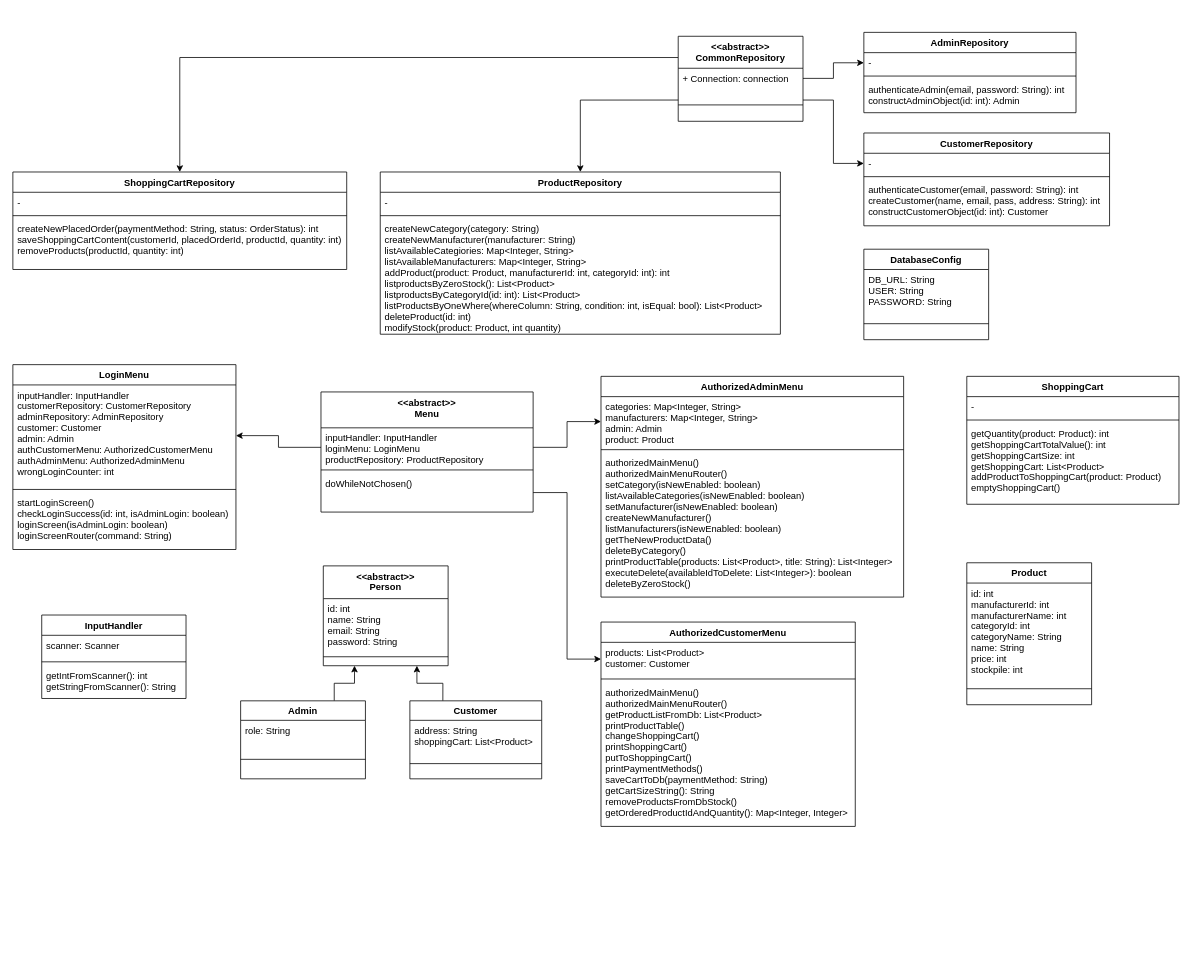
ati911/proba keeps this draw.io diagram as Untitled Diagram.drawio. Above is the earlier version. Source tidied: cells renumbered, new cells numbered last; positions are measured from the earlier drawing's top-left corner, leaving out a move shared by most shapes. Both pictures are drawn from the tidied source at 78%, with x=0, y=0 at pixel (12, 32).
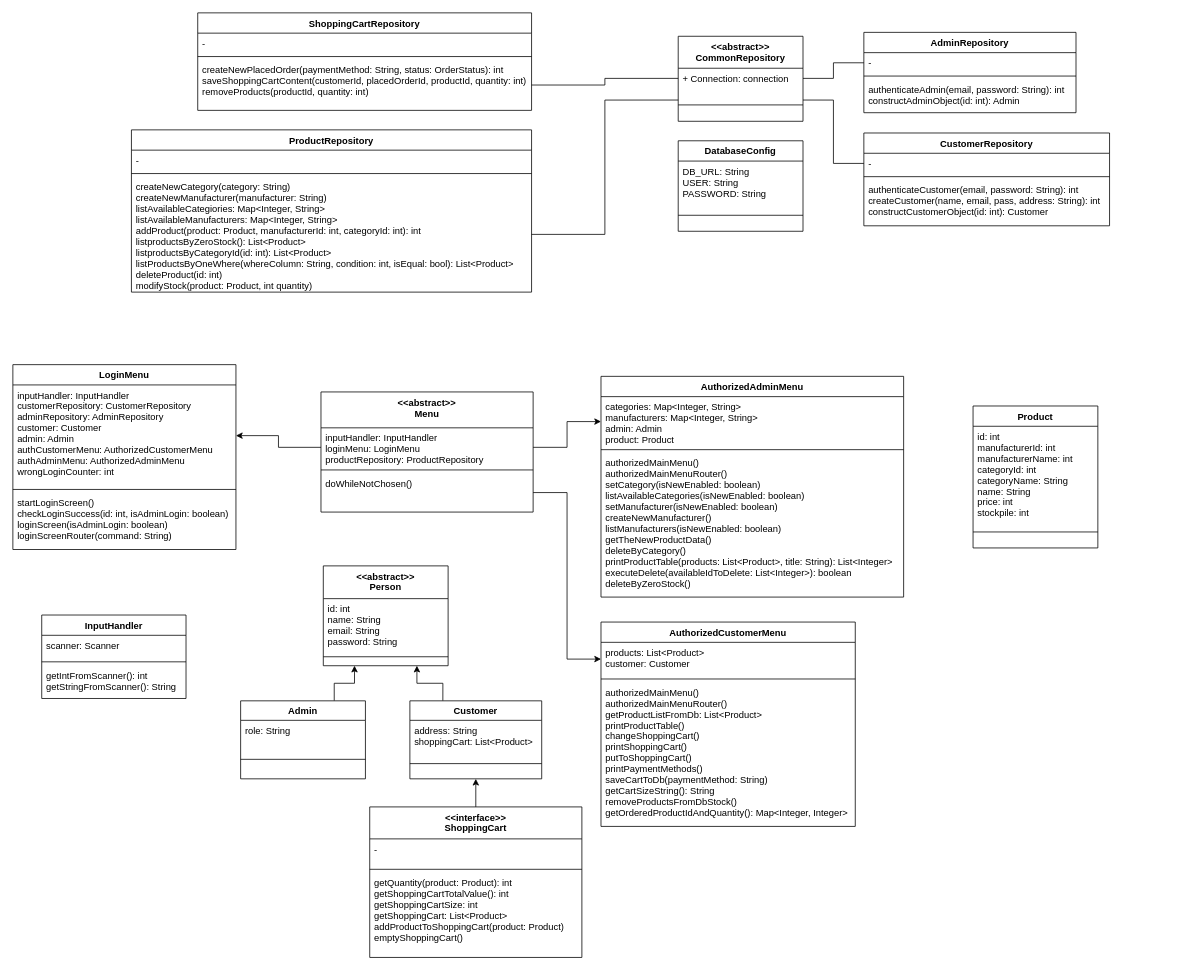
The same page after the edit.

Unchanged cells that the change refers to:
```xml
<mxCell id="5" value="&lt;&lt;abstract&gt;&gt;&#10;CommonRepository" style="swimlane;fontStyle=1;align=center;verticalAlign=top;horizontal=1;startSize=41;" parent="1" vertex="1">
  <mxGeometry x="853" y="5" width="160" height="109" as="geometry" />
</mxCell>
<mxCell id="6" value="+ Connection: connection" style="text;strokeColor=none;fillColor=none;align=left;verticalAlign=top;spacingLeft=4;spacingRight=4;overflow=hidden;points=[[0,0.5],[1,0.5]];portConstraint=eastwest;" parent="5" vertex="1">
  <mxGeometry y="41" width="160" height="26" as="geometry" />
</mxCell>
<mxCell id="9" value="-" style="text;strokeColor=none;fillColor=none;align=left;verticalAlign=top;spacingLeft=4;spacingRight=4;overflow=hidden;points=[[0,0.5],[1,0.5]];portConstraint=eastwest;" parent="8" vertex="1">
  <mxGeometry y="26" width="315" height="26" as="geometry" />
</mxCell>
<mxCell id="13" value="-" style="text;strokeColor=none;fillColor=none;align=left;verticalAlign=top;spacingLeft=4;spacingRight=4;overflow=hidden;points=[[0,0.5],[1,0.5]];portConstraint=eastwest;" parent="12" vertex="1">
  <mxGeometry y="26" width="272" height="26" as="geometry" />
</mxCell>
<mxCell id="22" value="createNewCategory(category: String)&#10;createNewManufacturer(manufacturer: String)&#10;listAvailableCategiories: Map&lt;Integer, String&gt;&#10;listAvailableManufacturers: Map&lt;Integer, String&gt;&#10;addProduct(product: Product, manufacturerId: int, categoryId: int): int&#10;listproductsByZeroStock(): List&lt;Product&gt;&#10;listproductsByCategoryId(id: int): List&lt;Product&gt;&#10;listProductsByOneWhere(whereColumn: String, condition: int, isEqual: bool): List&lt;Product&gt;&#10;deleteProduct(id: int)&#10;modifyStock(product: Product, int quantity)&#10;&#10;" style="text;strokeColor=none;fillColor=none;align=left;verticalAlign=top;spacingLeft=4;spacingRight=4;overflow=hidden;points=[[0,0.5],[1,0.5]];portConstraint=eastwest;" parent="19" vertex="1">
  <mxGeometry y="60" width="513" height="148" as="geometry" />
</mxCell>
<mxCell id="26" value="createNewPlacedOrder(paymentMethod: String, status: OrderStatus): int&#10;saveShoppingCartContent(customerId, placedOrderId, productId, quantity: int)&#10;removeProducts(productId, quantity: int)" style="text;strokeColor=none;fillColor=none;align=left;verticalAlign=top;spacingLeft=4;spacingRight=4;overflow=hidden;points=[[0,0.5],[1,0.5]];portConstraint=eastwest;" parent="23" vertex="1">
  <mxGeometry y="60" width="428" height="65" as="geometry" />
</mxCell>
<mxCell id="35" value="Customer" style="swimlane;fontStyle=1;align=center;verticalAlign=top;horizontal=1;startSize=25;" parent="1" vertex="1">
  <mxGeometry x="509" y="857" width="169" height="100" as="geometry" />
</mxCell>
```

The edit, as a diff of the source:
```diff
@@
-    <mxCell id="2" style="edgeStyle=orthogonalEdgeStyle;rounded=0;jettySize=auto;html=1;exitX=1;exitY=0.75;exitDx=0;exitDy=0;entryX=0;entryY=0.5;entryDx=0;entryDy=0;" parent="1" edge="1" source="5" target="9">
+    <mxCell id="2" style="edgeStyle=orthogonalEdgeStyle;rounded=0;jettySize=auto;html=1;exitX=1;exitY=0.75;exitDx=0;exitDy=0;entryX=0;entryY=0.5;entryDx=0;entryDy=0;endArrow=none;endFill=0;" parent="1" edge="1" source="5" target="9">
       <mxGeometry relative="1" as="geometry" />
     </mxCell>
-    <mxCell id="3" style="edgeStyle=orthogonalEdgeStyle;rounded=0;jettySize=auto;html=1;exitX=0;exitY=0.25;exitDx=0;exitDy=0;entryX=0.5;entryY=0;entryDx=0;entryDy=0;" parent="1" edge="1" source="5" target="23">
-      <mxGeometry relative="1" as="geometry" />
-    </mxCell>
-    <mxCell id="4" style="edgeStyle=orthogonalEdgeStyle;rounded=0;jettySize=auto;html=1;exitX=0;exitY=0.75;exitDx=0;exitDy=0;entryX=0.5;entryY=0;entryDx=0;entryDy=0;" parent="1" edge="1" source="5" target="19">
-      <mxGeometry relative="1" as="geometry" />
-    </mxCell>
@@
     <mxCell id="19" value="ProductRepository" style="swimlane;fontStyle=1;align=center;verticalAlign=top;horizontal=1;startSize=26;" parent="1" vertex="1">
-      <mxGeometry x="471" y="179" width="513" height="208" as="geometry" />
+      <mxGeometry x="152" y="125" width="513" height="208" as="geometry" />
     </mxCell>
@@
     <mxCell id="23" value="ShoppingCartRepository" style="swimlane;fontStyle=1;align=center;verticalAlign=top;horizontal=1;startSize=26;" parent="1" vertex="1">
-      <mxGeometry y="179" width="428" height="125" as="geometry" />
+      <mxGeometry x="237" y="-25" width="428" height="125" as="geometry" />
     </mxCell>
@@
     <mxCell id="27" value="DatabaseConfig" style="swimlane;fontStyle=1;align=center;verticalAlign=top;horizontal=1;startSize=26;" parent="1" vertex="1">
-      <mxGeometry x="1091" y="278" width="160" height="116" as="geometry" />
+      <mxGeometry x="853" y="139" width="160" height="116" as="geometry" />
     </mxCell>
@@
     <mxCell id="38" value="Product" style="swimlane;fontStyle=1;align=center;verticalAlign=top;horizontal=1;startSize=26;" parent="1" vertex="1">
-      <mxGeometry x="1223" y="680" width="160" height="182" as="geometry" />
+      <mxGeometry x="1231" y="479" width="160" height="182" as="geometry" />
     </mxCell>
@@
+    <mxCell id="69" style="edgeStyle=orthogonalEdgeStyle;rounded=0;jettySize=auto;html=1;exitX=0.5;exitY=0;exitDx=0;exitDy=0;entryX=0.5;entryY=1;entryDx=0;entryDy=0;" parent="1" edge="1" source="41" target="35">
+      <mxGeometry relative="1" as="geometry" />
+    </mxCell>
-    <mxCell id="41" value="ShoppingCart" style="swimlane;fontStyle=1;align=center;verticalAlign=top;horizontal=1;startSize=26;" parent="1" vertex="1">
-      <mxGeometry x="1223" y="441" width="272" height="164" as="geometry" />
+    <mxCell id="41" value="&lt;&lt;interface&gt;&gt;&#10;ShoppingCart" style="swimlane;fontStyle=1;align=center;verticalAlign=top;horizontal=1;startSize=41;" parent="1" vertex="1">
+      <mxGeometry x="457.5" y="993" width="272" height="193" as="geometry" />
     </mxCell>
     <mxCell id="42" value="-" style="text;strokeColor=none;fillColor=none;align=left;verticalAlign=top;spacingLeft=4;spacingRight=4;overflow=hidden;" parent="41" vertex="1">
-      <mxGeometry y="26" width="272" height="26" as="geometry" />
+      <mxGeometry y="41" width="272" height="35" as="geometry" />
     </mxCell>
     <mxCell id="43" style="line;strokeWidth=1;fillColor=none;align=left;verticalAlign=middle;spacingTop=-1;spacingLeft=3;spacingRight=3;labelPosition=right;" parent="41" vertex="1">
-      <mxGeometry y="52" width="272" height="8" as="geometry" />
+      <mxGeometry y="76" width="272" height="8" as="geometry" />
     </mxCell>
     <mxCell id="44" value="getQuantity(product: Product): int&#10;getShoppingCartTotalValue(): int&#10;getShoppingCartSize: int&#10;getShoppingCart: List&lt;Product&gt;&#10;addProductToShoppingCart(product: Product)&#10;emptyShoppingCart()" style="text;strokeColor=none;fillColor=none;align=left;verticalAlign=top;spacingLeft=4;spacingRight=4;overflow=hidden;" parent="41" vertex="1">
-      <mxGeometry y="60" width="272" height="104" as="geometry" />
+      <mxGeometry y="84" width="272" height="109" as="geometry" />
     </mxCell>
@@
-    <mxCell id="65" style="edgeStyle=orthogonalEdgeStyle;rounded=0;jettySize=auto;html=1;exitX=1;exitY=0.5;exitDx=0;exitDy=0;entryX=0;entryY=0.5;entryDx=0;entryDy=0;" parent="1" edge="1" source="6" target="13">
+    <mxCell id="65" style="edgeStyle=orthogonalEdgeStyle;rounded=0;jettySize=auto;html=1;exitX=1;exitY=0.5;exitDx=0;exitDy=0;entryX=0;entryY=0.5;entryDx=0;entryDy=0;endArrow=none;endFill=0;" parent="1" edge="1" source="6" target="13">
       <mxGeometry relative="1" as="geometry" />
     </mxCell>
@@
+    <mxCell id="70" style="edgeStyle=orthogonalEdgeStyle;rounded=0;jettySize=auto;html=1;exitX=1;exitY=0.5;exitDx=0;exitDy=0;endArrow=none;endFill=0;" parent="1" edge="1" source="26" target="6">
+      <mxGeometry relative="1" as="geometry" />
+    </mxCell>
+    <mxCell id="71" style="edgeStyle=orthogonalEdgeStyle;rounded=0;jettySize=auto;html=1;exitX=1;exitY=0.5;exitDx=0;exitDy=0;entryX=0;entryY=0.75;entryDx=0;entryDy=0;endArrow=none;endFill=0;" parent="1" edge="1" source="22" target="5">
+      <mxGeometry relative="1" as="geometry" />
+    </mxCell>
```
